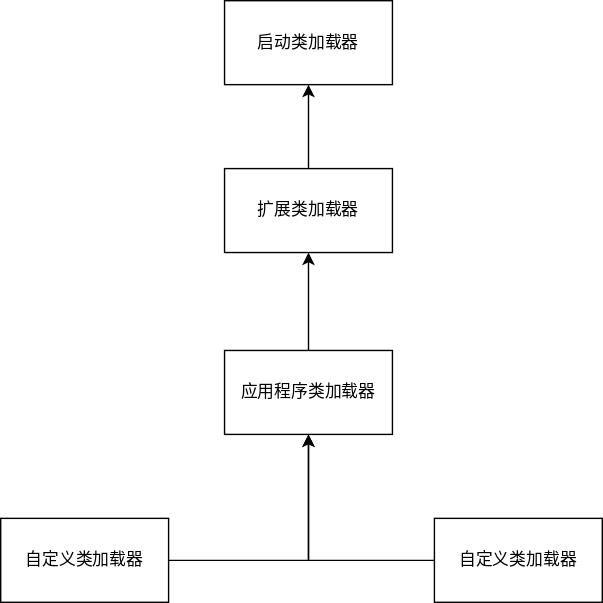
Before: utilsdemo/src/main/resources/FlowDiagram/类加载器双亲委派模型.drawio.svg, a diagram exported from draw.io (an-1024/WorkUtil). Source tidied: cells renumbered, new cells last; positions are measured from the earlier drawing's top-left corner, leaving out a move shared by most shapes.
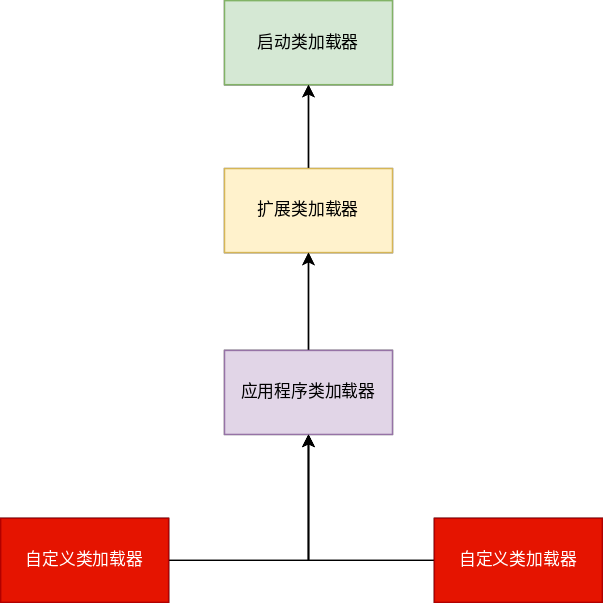
The same file after the commit.

Commit message:
更新类加载器双亲委派模型.drawio.svg

What changed in the source:
```diff
@@ -29,5 +29,32 @@
     <mxCell id="10" value="自定义类加载器" style="whiteSpace=wrap;html=1;rounded=0;" parent="1" vertex="1">
       <mxGeometry x="310" y="370" width="120" height="60" as="geometry" />
     </mxCell>
+    <mxCell id="11" value="启动类加载器" style="rounded=0;whiteSpace=wrap;html=1;fillColor=#d5e8d4;strokeColor=#82b366;" parent="1" vertex="1">
+      <mxGeometry x="160" width="120" height="60" as="geometry" />
+    </mxCell>
+    <mxCell id="12" style="edgeStyle=orthogonalEdgeStyle;rounded=0;jettySize=auto;html=1;exitX=0.5;exitY=0;exitDx=0;exitDy=0;" parent="1" edge="1" source="13" target="11">
+      <mxGeometry relative="1" as="geometry" />
+    </mxCell>
+    <mxCell id="13" value="扩展类加载器" style="whiteSpace=wrap;html=1;rounded=0;fillColor=#fff2cc;strokeColor=#d6b656;" parent="1" vertex="1">
+      <mxGeometry x="160" y="120" width="120" height="60" as="geometry" />
+    </mxCell>
+    <mxCell id="14" style="edgeStyle=orthogonalEdgeStyle;rounded=0;jettySize=auto;html=1;entryX=0.5;entryY=1;entryDx=0;entryDy=0;" parent="1" edge="1" source="15" target="13">
+      <mxGeometry relative="1" as="geometry" />
+    </mxCell>
+    <mxCell id="15" value="应用程序类加载器" style="whiteSpace=wrap;html=1;rounded=0;fillColor=#e1d5e7;strokeColor=#9673a6;" parent="1" vertex="1">
+      <mxGeometry x="160" y="250" width="120" height="60" as="geometry" />
+    </mxCell>
+    <mxCell id="16" style="edgeStyle=orthogonalEdgeStyle;rounded=0;jettySize=auto;html=1;" parent="1" edge="1" source="17" target="15">
+      <mxGeometry relative="1" as="geometry" />
+    </mxCell>
+    <mxCell id="17" value="自定义类加载器" style="whiteSpace=wrap;html=1;rounded=0;fillColor=#e51400;fontColor=#ffffff;strokeColor=#B20000;" parent="1" vertex="1">
+      <mxGeometry y="370" width="120" height="60" as="geometry" />
+    </mxCell>
+    <mxCell id="18" style="edgeStyle=orthogonalEdgeStyle;rounded=0;jettySize=auto;html=1;entryX=0.5;entryY=1;entryDx=0;entryDy=0;" parent="1" edge="1" source="19" target="15">
+      <mxGeometry relative="1" as="geometry" />
+    </mxCell>
+    <mxCell id="19" value="自定义类加载器" style="whiteSpace=wrap;html=1;rounded=0;fillColor=#e51400;fontColor=#ffffff;strokeColor=#B20000;" parent="1" vertex="1">
+      <mxGeometry x="310" y="370" width="120" height="60" as="geometry" />
+    </mxCell>
   </root>
 </mxGraphModel>
```
